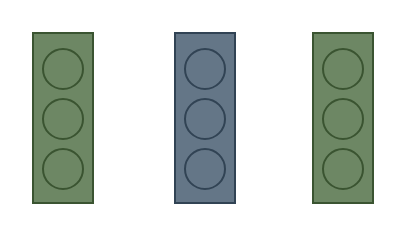
This is kgeQA.drawio from Dionysusssss/GraduationDesign2, a draw.io file, before an edit. Source tidied: cells renumbered, new cells numbered last; positions are measured from the earlier drawing's top-left corner, leaving out a move shared by most shapes. Both pictures are drawn from the tidied source at 200%, with x=0, y=0 at pixel (32, 32).
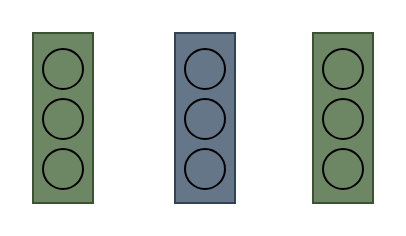
Above is the later version.

Change to the diagram source:
```diff
@@
 <mxGraphModel>
   <root>
     <mxCell id="0" />
     <mxCell id="1" parent="0" />
     <mxCell id="2" style="group;fillColor=#6d8764;strokeColor=#3A5431;fontColor=#ffffff;" parent="1" vertex="1">
       <mxGeometry width="30" height="85" as="geometry" />
     </mxCell>
     <mxCell id="3" style="rounded=0;whiteSpace=wrap;html=1;fillColor=#6d8764;strokeColor=#3A5431;fontColor=#ffffff;" parent="2" vertex="1">
       <mxGeometry width="30" height="85" as="geometry" />
     </mxCell>
-    <mxCell id="4" style="ellipse;whiteSpace=wrap;html=1;fillColor=#6d8764;fontColor=#ffffff;strokeColor=#3A5431;" parent="2" vertex="1">
+    <mxCell id="4" style="ellipse;whiteSpace=wrap;html=1;fillColor=#6d8764;fontColor=#ffffff;strokeColor=#000000;" parent="2" vertex="1">
       <mxGeometry x="5" y="8" width="20" height="20" as="geometry" />
     </mxCell>
-    <mxCell id="5" style="ellipse;whiteSpace=wrap;html=1;fillColor=#6d8764;fontColor=#ffffff;strokeColor=#3A5431;" parent="2" vertex="1">
+    <mxCell id="5" style="ellipse;whiteSpace=wrap;html=1;fillColor=#6d8764;fontColor=#ffffff;strokeColor=#000000;" parent="2" vertex="1">
       <mxGeometry x="5" y="33" width="20" height="20" as="geometry" />
     </mxCell>
-    <mxCell id="6" style="ellipse;whiteSpace=wrap;html=1;fillColor=#6d8764;fontColor=#ffffff;strokeColor=#3A5431;" parent="2" vertex="1">
+    <mxCell id="6" style="ellipse;whiteSpace=wrap;html=1;fillColor=#6d8764;fontColor=#ffffff;strokeColor=#000000;" parent="2" vertex="1">
       <mxGeometry x="5" y="58" width="20" height="20" as="geometry" />
     </mxCell>
     <mxCell id="7" style="group;fillColor=#647687;strokeColor=#314354;" parent="1" vertex="1">
       <mxGeometry x="71" width="30" height="85" as="geometry" />
     </mxCell>
     <mxCell id="8" style="rounded=0;whiteSpace=wrap;html=1;fillColor=#647687;strokeColor=#314354;" parent="7" vertex="1">
       <mxGeometry width="30" height="85" as="geometry" />
     </mxCell>
-    <mxCell id="9" style="ellipse;whiteSpace=wrap;html=1;fillColor=#647687;strokeColor=#314354;" parent="7" vertex="1">
+    <mxCell id="9" style="ellipse;whiteSpace=wrap;html=1;fillColor=#647687;strokeColor=#000000;" parent="7" vertex="1">
       <mxGeometry x="5" y="8" width="20" height="20" as="geometry" />
     </mxCell>
-    <mxCell id="10" style="ellipse;whiteSpace=wrap;html=1;fillColor=#647687;strokeColor=#314354;" parent="7" vertex="1">
+    <mxCell id="10" style="ellipse;whiteSpace=wrap;html=1;fillColor=#647687;strokeColor=#000000;" parent="7" vertex="1">
       <mxGeometry x="5" y="33" width="20" height="20" as="geometry" />
     </mxCell>
-    <mxCell id="11" style="ellipse;whiteSpace=wrap;html=1;fillColor=#647687;strokeColor=#314354;" parent="7" vertex="1">
+    <mxCell id="11" style="ellipse;whiteSpace=wrap;html=1;fillColor=#647687;strokeColor=#000000;" parent="7" vertex="1">
       <mxGeometry x="5" y="58" width="20" height="20" as="geometry" />
     </mxCell>
     <mxCell id="12" style="group;fillColor=#6d8764;strokeColor=#3A5431;" parent="1" vertex="1">
       <mxGeometry x="140" width="30" height="85" as="geometry" />
     </mxCell>
     <mxCell id="13" style="rounded=0;whiteSpace=wrap;html=1;fillColor=#6d8764;strokeColor=#3A5431;" parent="12" vertex="1">
       <mxGeometry width="30" height="85" as="geometry" />
     </mxCell>
-    <mxCell id="14" style="ellipse;whiteSpace=wrap;html=1;fillColor=#6d8764;strokeColor=#3A5431;" parent="12" vertex="1">
+    <mxCell id="14" style="ellipse;whiteSpace=wrap;html=1;fillColor=#6d8764;strokeColor=#000000;" parent="12" vertex="1">
       <mxGeometry x="5" y="8" width="20" height="20" as="geometry" />
     </mxCell>
-    <mxCell id="15" style="ellipse;whiteSpace=wrap;html=1;fillColor=#6d8764;strokeColor=#3A5431;" parent="12" vertex="1">
+    <mxCell id="15" style="ellipse;whiteSpace=wrap;html=1;fillColor=#6d8764;strokeColor=#000000;" parent="12" vertex="1">
       <mxGeometry x="5" y="33" width="20" height="20" as="geometry" />
     </mxCell>
-    <mxCell id="16" style="ellipse;whiteSpace=wrap;html=1;fillColor=#6d8764;strokeColor=#3A5431;" parent="12" vertex="1">
+    <mxCell id="16" style="ellipse;whiteSpace=wrap;html=1;fillColor=#6d8764;strokeColor=#000000;" parent="12" vertex="1">
       <mxGeometry x="5" y="58" width="20" height="20" as="geometry" />
     </mxCell>
   </root>
 </mxGraphModel>
```
